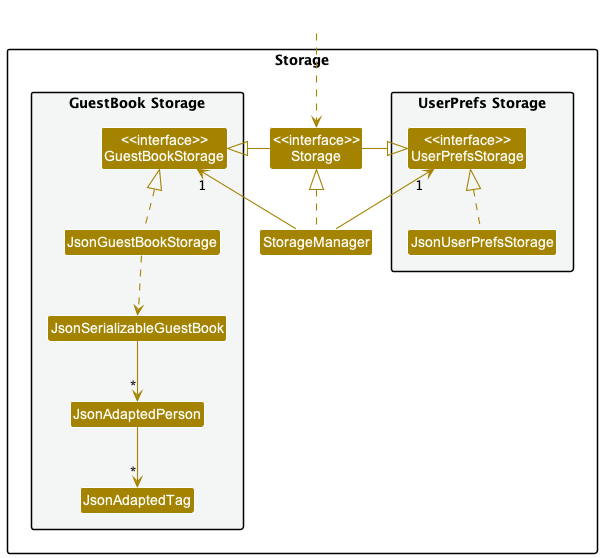
Before: docs/images/StorageClassDiagram.png, a diagram exported from PlantUML (nus-cs2103-AY2223S1/tp).
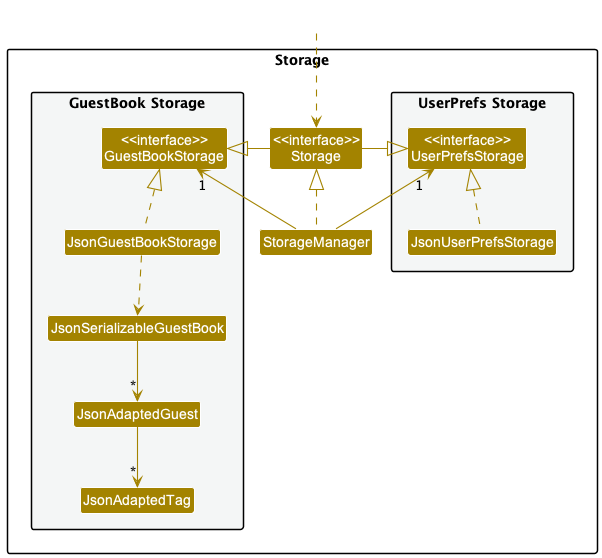
After the change.

What changed in the source:
```diff
@@ -18,7 +18,7 @@
 Class "<<interface>>\nGuestBookStorage" as GuestBookStorage
 Class JsonGuestBookStorage
 Class JsonSerializableGuestBook
-Class JsonAdaptedPerson
+Class JsonAdaptedGuest
 Class JsonAdaptedTag
 }
 
@@ -37,7 +37,7 @@
 JsonUserPrefsStorage .up.|> UserPrefsStorage
 JsonGuestBookStorage .up.|> GuestBookStorage
 JsonGuestBookStorage ..> JsonSerializableGuestBook
-JsonSerializableGuestBook --> "*" JsonAdaptedPerson
-JsonAdaptedPerson --> "*" JsonAdaptedTag
+JsonSerializableGuestBook --> "*" JsonAdaptedGuest
+JsonAdaptedGuest --> "*" JsonAdaptedTag
 
 @enduml
```
